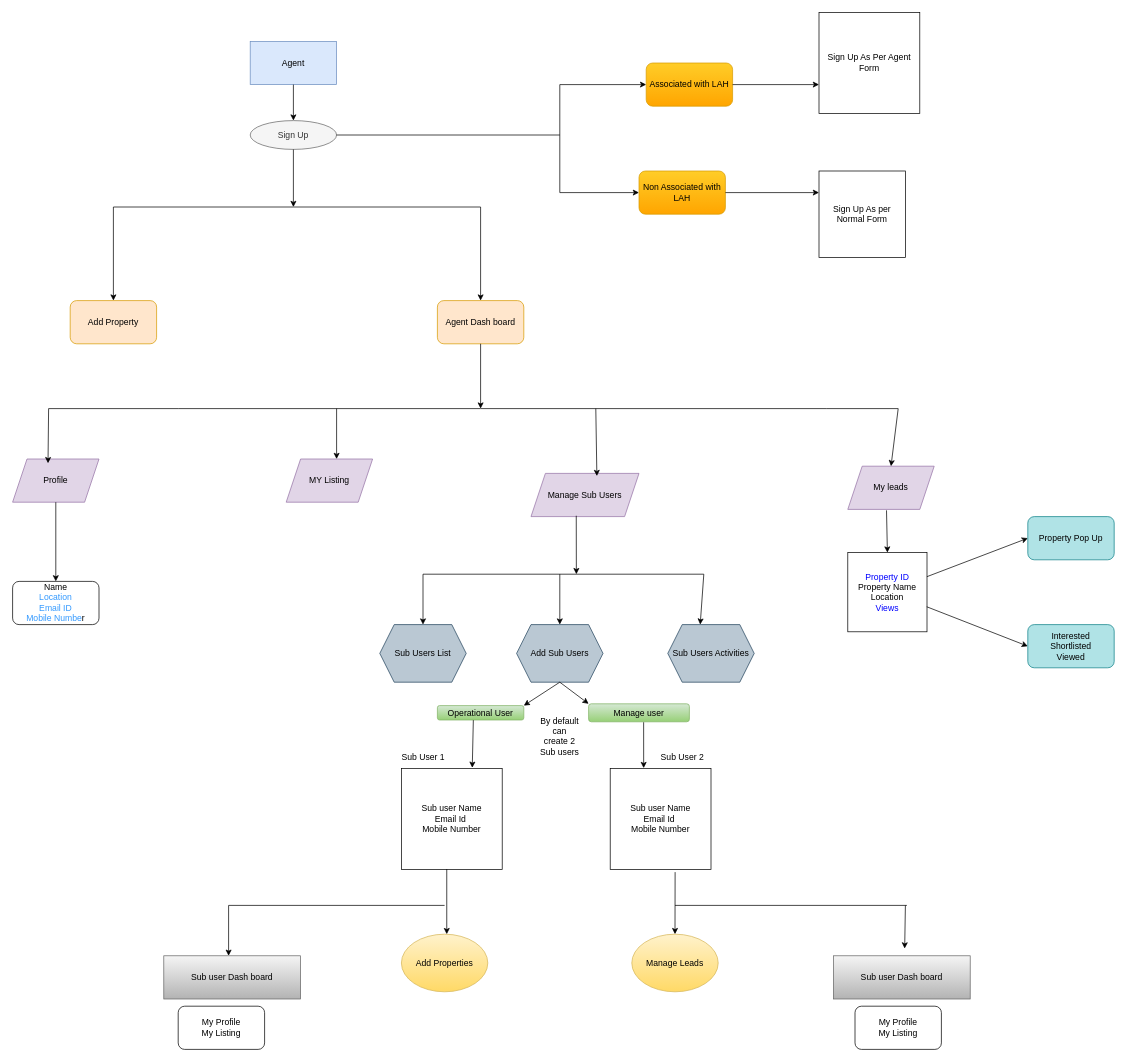
Above: Untitled Diagram.drawio in PraveenAutomationTester/Landsandhomes (draw.io), before the change. Source tidied: cells renumbered, new cells numbered last; positions are measured from the earlier drawing's top-left corner, leaving out a move shared by most shapes. Both pictures are drawn from the tidied source at 72%, with x=0, y=0 at pixel (12, 12).
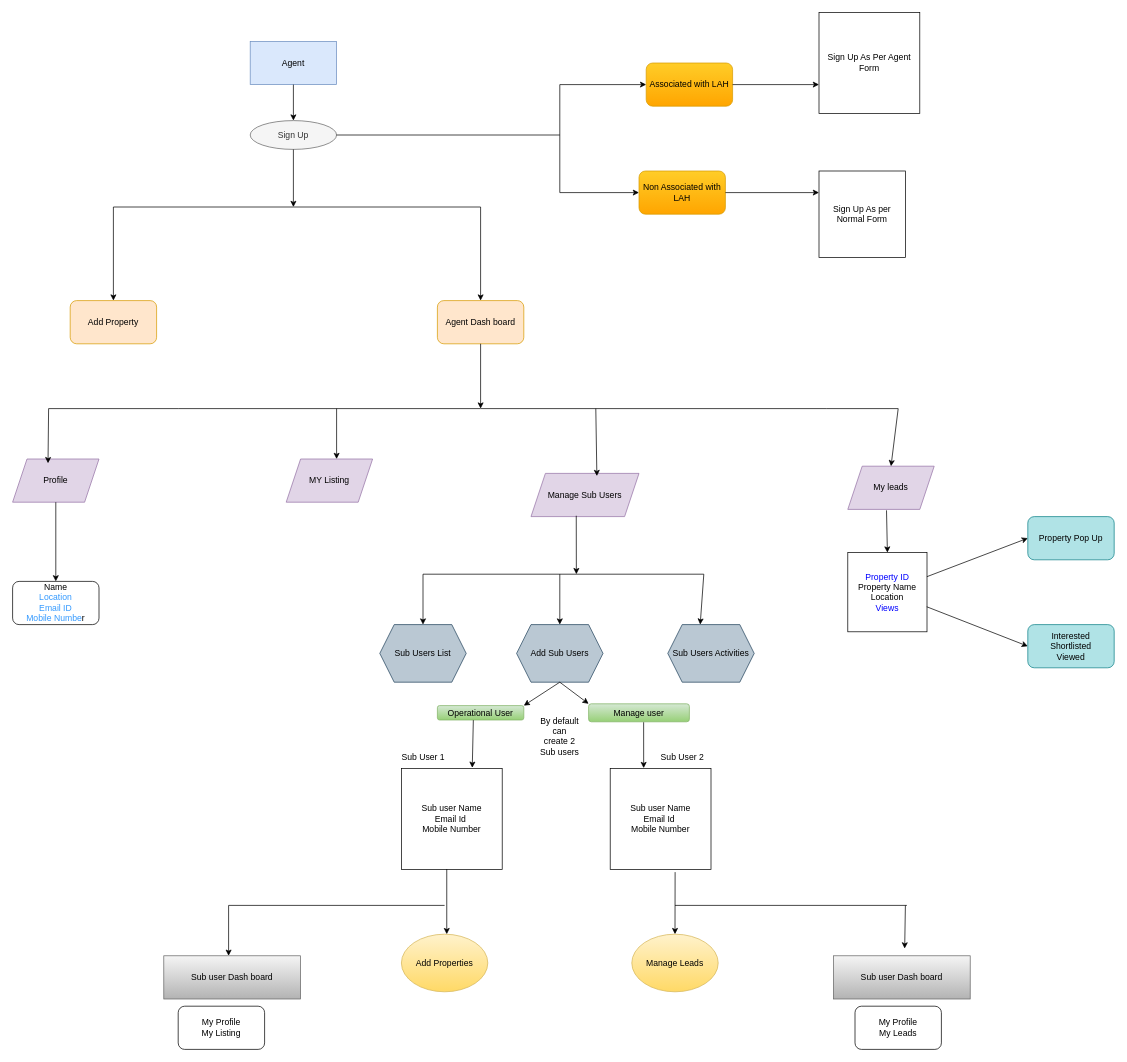
The same page after the edit.

Change to the diagram source:
```diff
@@
-    <mxCell id="55" value="My Profile&lt;br&gt;My Listing" style="rounded=1;whiteSpace=wrap;html=1;" parent="1" vertex="1">
+    <mxCell id="55" value="My Profile&lt;br&gt;My Leads" style="rounded=1;whiteSpace=wrap;html=1;" parent="1" vertex="1">
       <mxGeometry x="1170" y="1380" width="120" height="60" as="geometry" />
     </mxCell>
```
